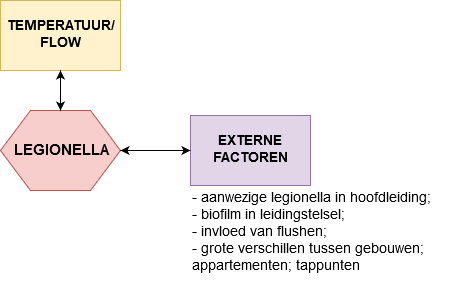
Before: legionella.png, a diagram exported from draw.io (esquire900/team-water). Source tidied: cells renumbered, new cells last; positions are measured from the earlier drawing's top-left corner, leaving out a move shared by most shapes.
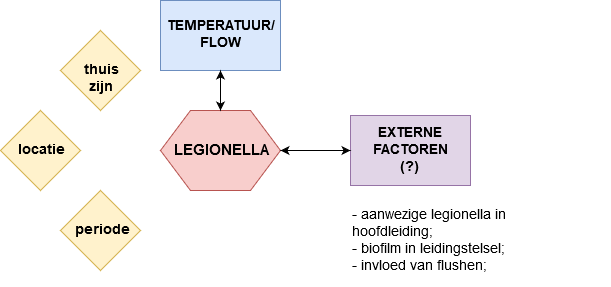
After the change.

The edit, as a diff of the source:
```diff
@@ -5,13 +5,13 @@
     <mxCell id="2" value="&lt;font size=&quot;1&quot;&gt;&lt;b style=&quot;font-size: 15px&quot;&gt;LEGIONELLA&lt;/b&gt;&lt;/font&gt;" style="shape=hexagon;perimeter=hexagonPerimeter2;whiteSpace=wrap;html=1;fillColor=#f8cecc;strokeColor=#b85450;" parent="1" vertex="1">
       <mxGeometry y="110" width="120" height="80" as="geometry" />
     </mxCell>
-    <mxCell id="3" value="&lt;div style=&quot;font-size: 14px;&quot;&gt;TEMPERATUUR/&lt;/div&gt;&lt;div style=&quot;font-size: 14px;&quot;&gt;FLOW&lt;br style=&quot;font-size: 14px;&quot;&gt;&lt;/div&gt;" style="rounded=0;whiteSpace=wrap;html=1;fontStyle=1;fontSize=14;fillColor=#fff2cc;strokeColor=#d6b656;" parent="1" vertex="1">
+    <mxCell id="3" value="&lt;div style=&quot;font-size: 14px;&quot;&gt;TEMPERATUUR/&lt;/div&gt;&lt;div style=&quot;font-size: 14px;&quot;&gt;FLOW&lt;br style=&quot;font-size: 14px;&quot;&gt;&lt;/div&gt;" style="rounded=0;whiteSpace=wrap;html=1;fontStyle=1;fontSize=14;fillColor=#dae8fc;strokeColor=#6c8ebf;" parent="1" vertex="1">
       <mxGeometry width="120" height="70" as="geometry" />
     </mxCell>
-    <mxCell id="4" value="EXTERNE FACTOREN" style="rounded=0;whiteSpace=wrap;html=1;fontStyle=1;fontSize=14;fillColor=#e1d5e7;strokeColor=#9673a6;" parent="1" vertex="1">
+    <mxCell id="4" value="&lt;div&gt;EXTERNE FACTOREN&lt;/div&gt;&lt;div&gt;(?)&lt;br&gt;&lt;/div&gt;" style="rounded=0;whiteSpace=wrap;html=1;fontStyle=1;fontSize=14;fillColor=#e1d5e7;strokeColor=#9673a6;" parent="1" vertex="1">
       <mxGeometry x="190" y="115" width="120" height="70" as="geometry" />
     </mxCell>
-    <mxCell id="5" value="&lt;p style=&quot;line-height: 40%&quot;&gt;&lt;/p&gt;&lt;div&gt;- aanwezige legionella in hoofdleiding;&lt;br&gt;&lt;/div&gt;&lt;div&gt;- biofilm in leidingstelsel;&lt;/div&gt;&lt;div&gt;- invloed van flushen;&lt;/div&gt;&lt;div&gt;- grote verschillen tussen gebouwen; appartementen; tappunten&lt;br&gt;&lt;/div&gt;&lt;div&gt;&lt;br&gt;&lt;/div&gt;&lt;p&gt;&lt;/p&gt;" style="text;html=1;strokeColor=none;fillColor=none;align=left;verticalAlign=middle;whiteSpace=wrap;rounded=0;fontSize=14;" parent="1" vertex="1">
+    <mxCell id="5" value="&lt;p style=&quot;line-height: 40%&quot;&gt;&lt;/p&gt;&lt;div&gt;- aanwezige legionella in hoofdleiding;&lt;br&gt;&lt;/div&gt;&lt;div&gt;- biofilm in leidingstelsel;&lt;/div&gt;&lt;div&gt;- invloed van flushen;&lt;/div&gt;&lt;div&gt;&lt;br&gt;&lt;/div&gt;&lt;p&gt;&lt;/p&gt;" style="text;html=1;strokeColor=none;fillColor=none;align=left;verticalAlign=middle;whiteSpace=wrap;rounded=0;fontSize=14;" parent="1" vertex="1">
       <mxGeometry x="190" y="200" width="260" height="80" as="geometry" />
     </mxCell>
     <mxCell id="6" style="endArrow=classic;startArrow=classic;html=1;fontSize=14;entryX=0.5;entryY=1;entryDx=0;entryDy=0;exitX=0.5;exitY=0;exitDx=0;exitDy=0;" parent="1" edge="1" source="2" target="3">
@@ -20,5 +20,14 @@
     <mxCell id="7" style="endArrow=classic;startArrow=classic;html=1;fontSize=14;entryX=0;entryY=0.5;entryDx=0;entryDy=0;exitX=1;exitY=0.5;exitDx=0;exitDy=0;" parent="1" edge="1" source="2" target="4">
       <mxGeometry relative="1" as="geometry" />
     </mxCell>
+    <mxCell id="8" value="thuis zijn" style="rhombus;whiteSpace=wrap;html=1;fillColor=#fff2cc;strokeColor=#d6b656;fontStyle=1;fontSize=14;" parent="1" vertex="1">
+      <mxGeometry x="-100" y="30" width="80" height="80" as="geometry" />
+    </mxCell>
+    <mxCell id="9" value="locatie" style="rhombus;whiteSpace=wrap;html=1;fontSize=14;fontStyle=1;fillColor=#fff2cc;strokeColor=#d6b656;" parent="1" vertex="1">
+      <mxGeometry x="-160" y="110" width="80" height="80" as="geometry" />
+    </mxCell>
+    <mxCell id="10" value="periode" style="rhombus;whiteSpace=wrap;html=1;fillColor=#fff2cc;strokeColor=#d6b656;fontStyle=1;fontSize=14;" parent="1" vertex="1">
+      <mxGeometry x="-100" y="190" width="80" height="80" as="geometry" />
+    </mxCell>
   </root>
 </mxGraphModel>
```
